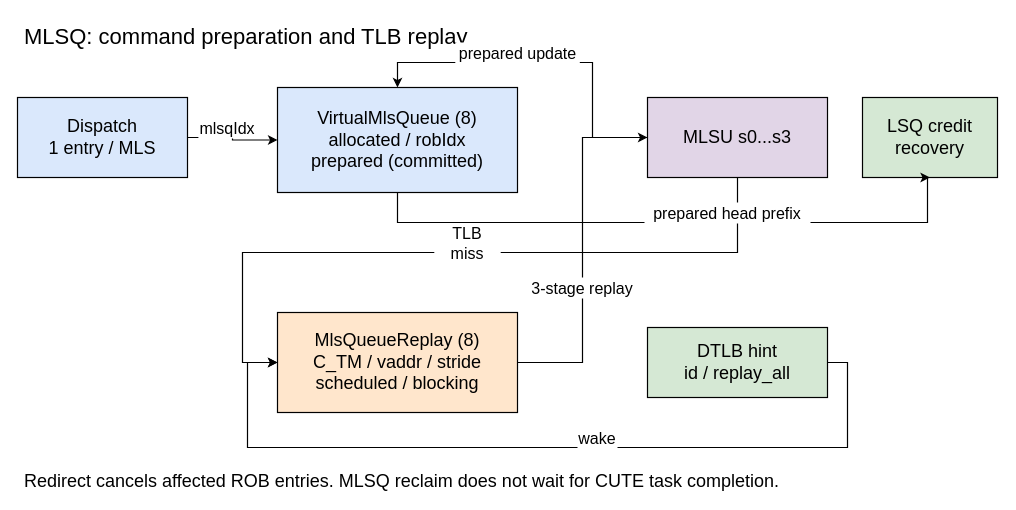
OpenXiangShan/XiangShan-Design-Doc keeps this draw.io diagram as docs/zh/memblock/LSU/LSQ/figure/xsai-mlsq.drawio. Above is the earlier version. Source tidied: cells renumbered, new cells numbered last; positions are measured from the earlier drawing's top-left corner, leaving out a move shared by most shapes. Both pictures are drawn from the tidied source at 100%, with x=0, y=0 at pixel (17, 17).
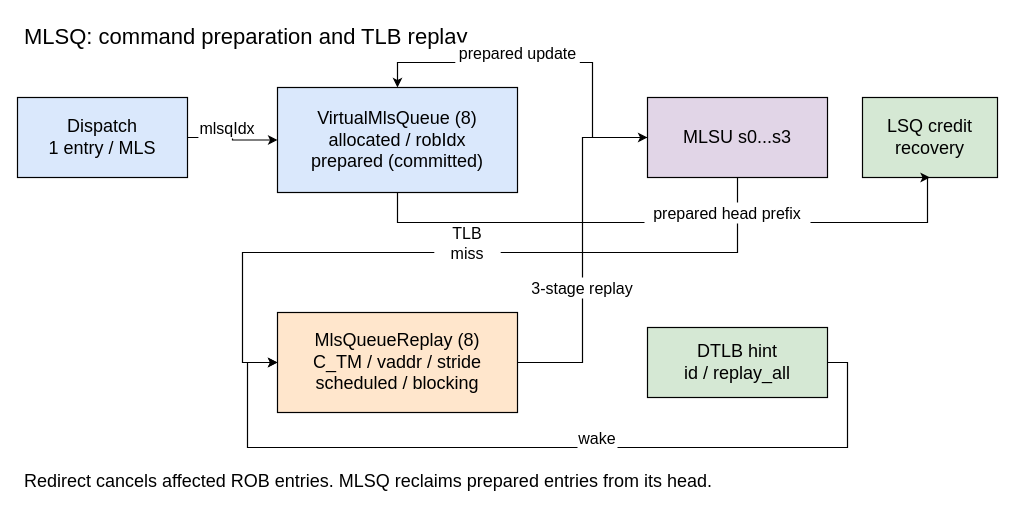
The same diagram, later.

Diff of the diagram source:
```diff
@@
-    <mxCell id="15" value="Redirect cancels affected ROB entries. MLSQ reclaim does not wait for CUTE task completion." style="text;html=1;align=left;verticalAlign=top;whiteSpace=wrap;fontFamily=Helvetica;fontSize=18;" parent="1" vertex="1">
+    <mxCell id="15" value="Redirect cancels affected ROB entries. MLSQ reclaims prepared entries from its head." style="text;html=1;align=left;verticalAlign=top;whiteSpace=wrap;fontFamily=Helvetica;fontSize=18;" parent="1" vertex="1">
       <mxGeometry x="5" y="447" width="925.3" height="24" as="geometry" />
     </mxCell>
```
